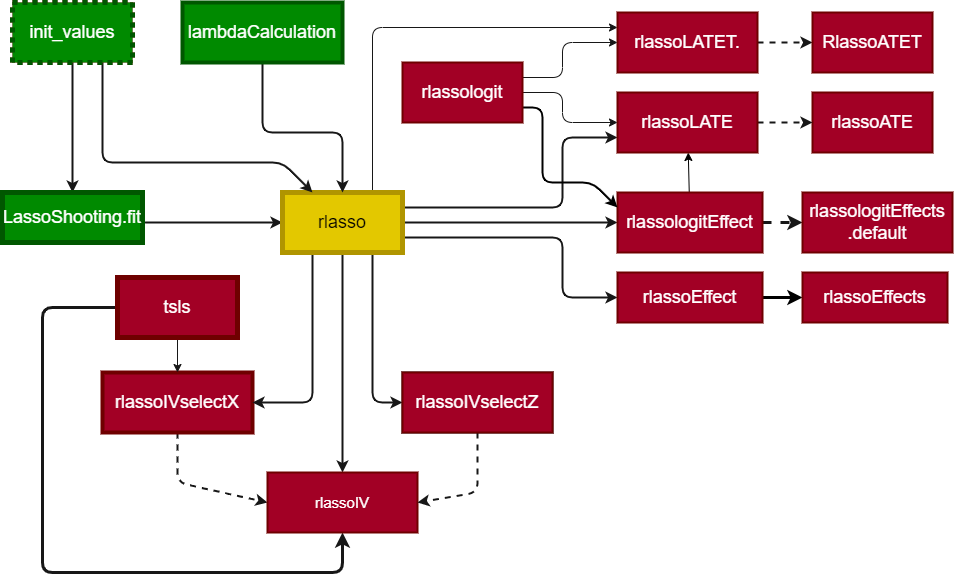
d2cml-ai/hdmpy keeps this draw.io diagram as img/functions_hdm.png. Above is the earlier version. Source tidied: cells renumbered, new cells last; positions are measured from the earlier drawing's top-left corner, leaving out a move shared by most shapes.
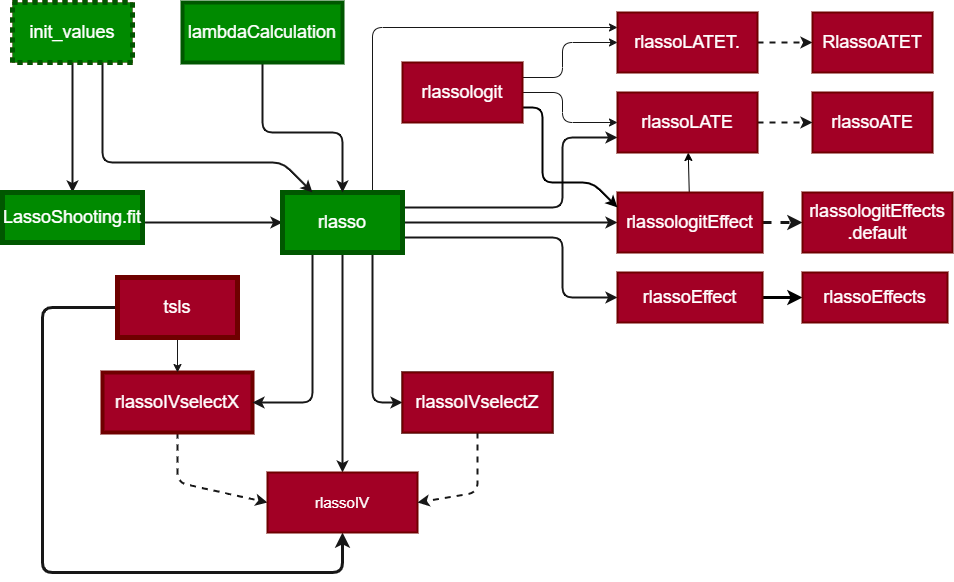
After the commit.

Commit message:
[update] map graph

Change to the diagram source:
```diff
@@ -78,7 +78,7 @@
         </Array>
       </mxGeometry>
     </mxCell>
-    <mxCell id="15" value="rlasso" style="whiteSpace=wrap;html=1;fontSize=18;strokeColor=#B09500;strokeWidth=5;fillColor=#e3c800;fontColor=#000000;" parent="1" vertex="1">
+    <mxCell id="15" value="rlasso" style="whiteSpace=wrap;html=1;fontSize=18;strokeColor=#005700;strokeWidth=5;fillColor=#008a00;fontColor=#ffffff;" parent="1" vertex="1">
       <mxGeometry x="280" y="190" width="120" height="60" as="geometry" />
     </mxCell>
     <mxCell id="16" style="edgeStyle=none;html=1;exitX=0.5;exitY=1;exitDx=0;exitDy=0;entryX=0.5;entryY=0;entryDx=0;entryDy=0;strokeWidth=2;strokeColor=#171717;fontColor=#191919;fontSize=18;" parent="1" edge="1" source="36" target="15">
```
